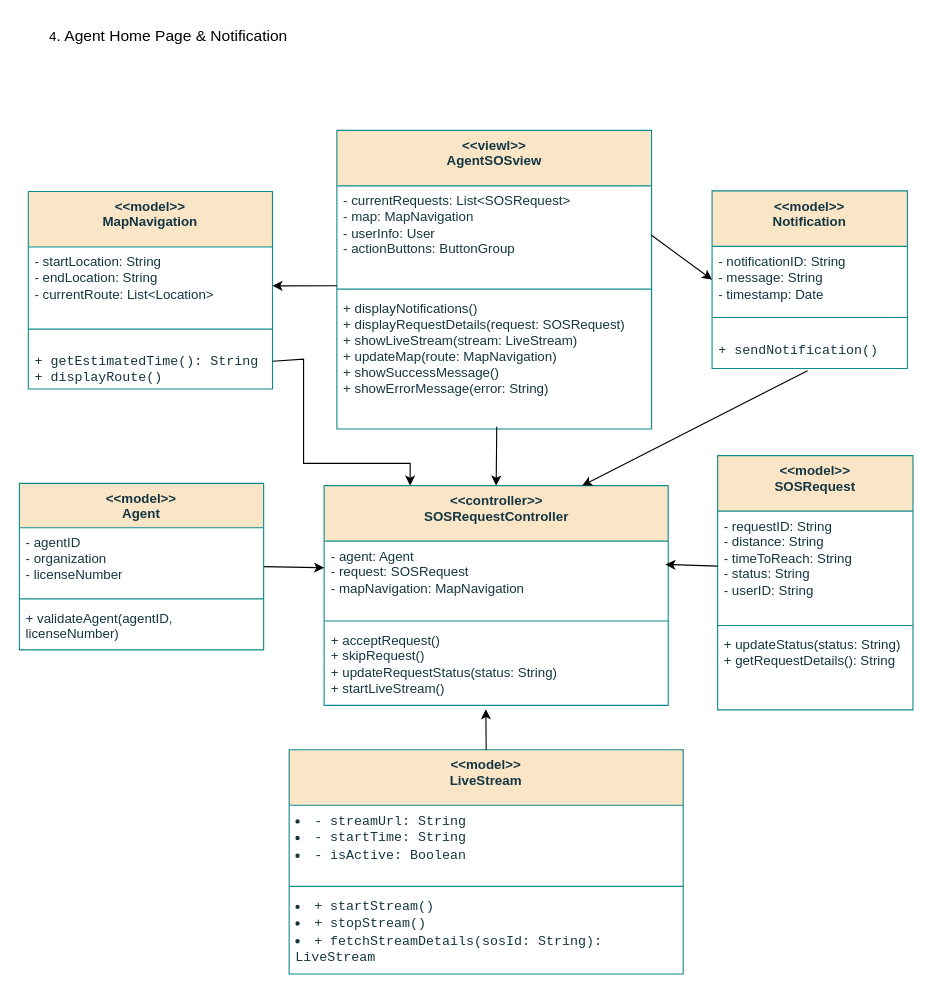
Before: page "4. Agent Home Page" (4 of 17) of Untitled Diagram.drawio in TH-014/CSE_326, a draw.io diagram. Source tidied: cells renumbered, new cells numbered last; positions are measured from the earlier drawing's top-left corner, leaving out a move shared by most shapes. Both pictures are drawn from the tidied source at 111%, with x=0, y=0 at pixel (19, 19).
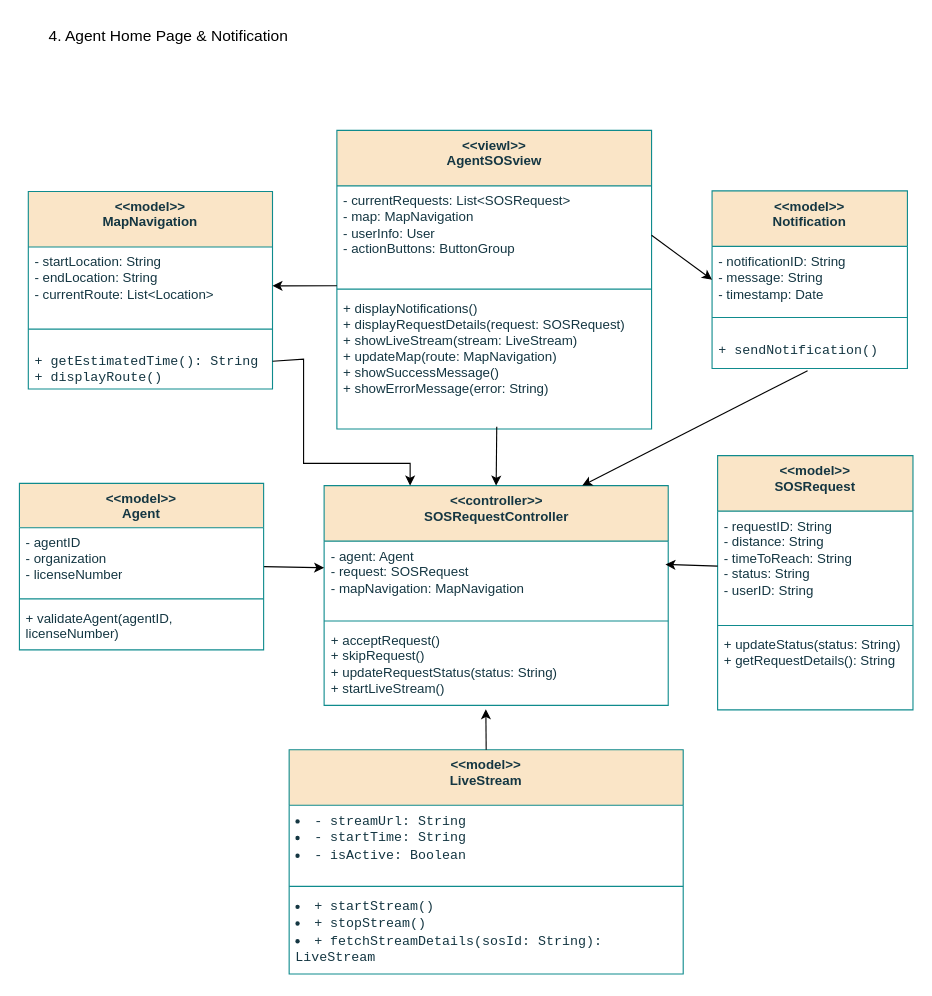
The same diagram, later.

Change to the diagram source:
```diff
@@
-    <mxCell id="39" value="4&lt;font style=&quot;font-size: 14px;&quot;&gt;. Agent Home Page &amp;amp; Notification&lt;/font&gt;" style="text;html=1;align=center;verticalAlign=middle;whiteSpace=wrap;rounded=0;" parent="1" vertex="1">
+    <mxCell id="39" value="&lt;font style=&quot;font-size: 14px;&quot;&gt;4&lt;font&gt;. Agent Home Page &amp;amp; Notification&lt;/font&gt;&lt;/font&gt;" style="text;html=1;align=center;verticalAlign=middle;whiteSpace=wrap;rounded=0;" parent="1" vertex="1">
       <mxGeometry x="23" width="223" height="30" as="geometry" />
     </mxCell>
```
